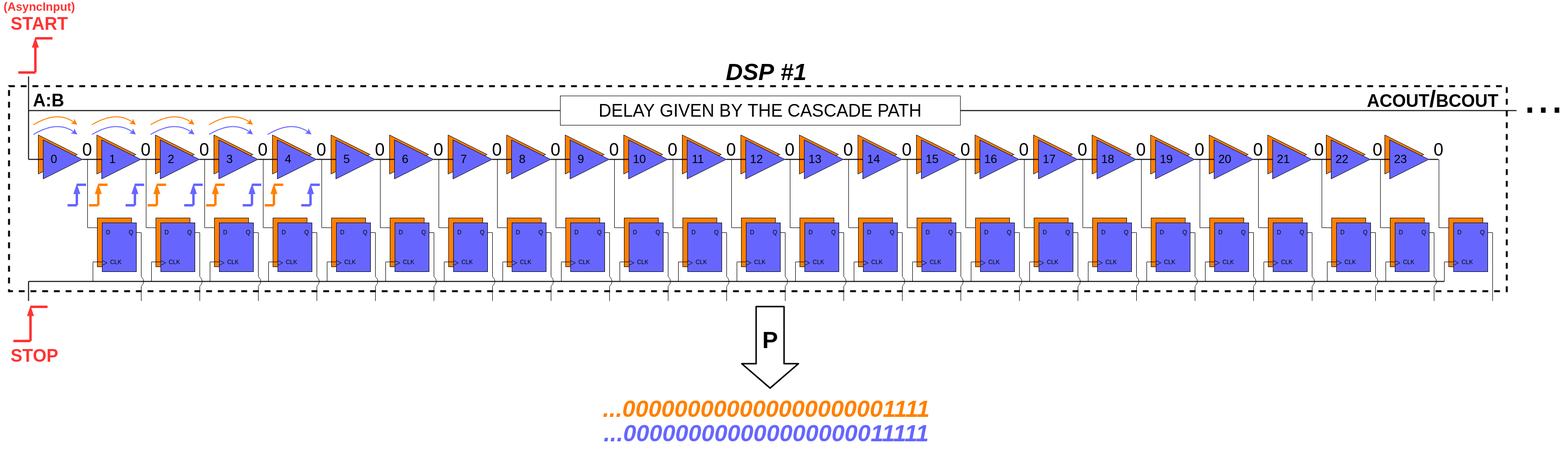
Earlier version of the draw.io export 3.Main-Work/images/dsp-propagation.png (mconsonni96/Tesi). Source tidied: cells renumbered, new cells last; positions are measured from the earlier drawing's top-left corner, leaving out a move shared by most shapes.
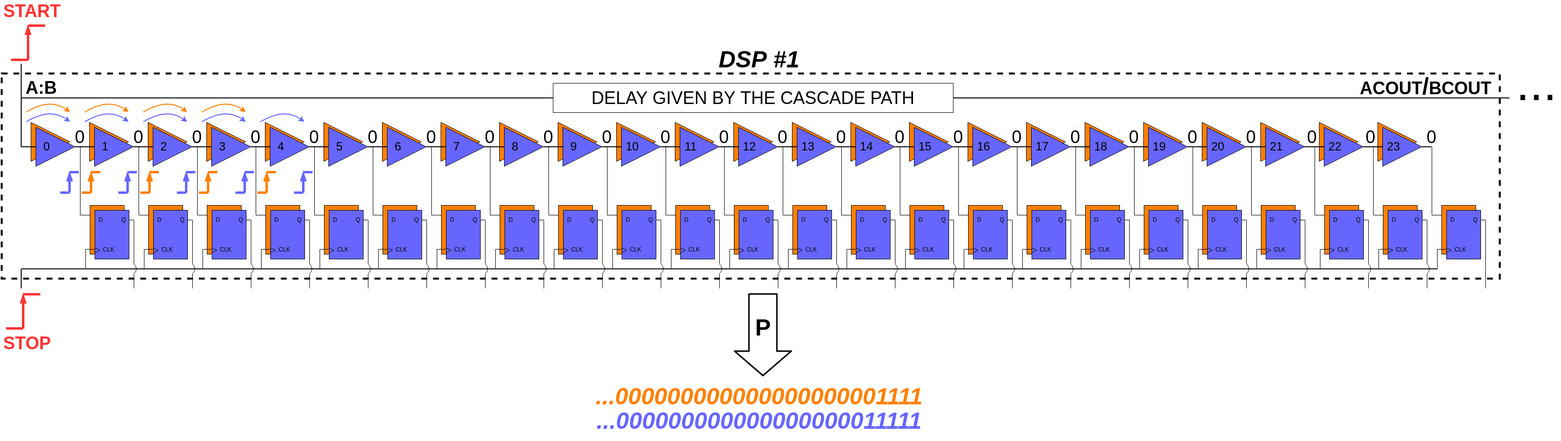
Later version of the same file.

Change to the diagram source:
```diff
@@ -1546,9 +1546,6 @@
     <mxCell id="393" value="&lt;div class=&quot;standard&quot; id=&quot;magicparlabel-1922&quot; style=&quot;margin-bottom: 2ex&quot;&gt;&lt;font style=&quot;font-style: normal ; font-size: 36px&quot; color=&quot;#ff3333&quot;&gt;&lt;b&gt;START&lt;/b&gt;&lt;/font&gt;&lt;/div&gt;" style="text;html=1;align=center;verticalAlign=middle;fillColor=none;strokeColor=none;rounded=0;fontStyle=2;" parent="1" vertex="1">
       <mxGeometry x="15" y="34" width="130" height="40" as="geometry" />
     </mxCell>
-    <mxCell id="394" value="&lt;div class=&quot;standard&quot; id=&quot;magicparlabel-1922&quot; style=&quot;margin-bottom: 2ex&quot;&gt;&lt;font style=&quot;font-style: normal ; font-size: 24px&quot; color=&quot;#ff3333&quot;&gt;&lt;b&gt;(AsyncInput)&lt;/b&gt;&lt;/font&gt;&lt;/div&gt;" style="text;html=1;align=center;verticalAlign=middle;fillColor=none;strokeColor=none;rounded=0;fontStyle=2;" parent="1" vertex="1">
-      <mxGeometry width="160" height="40" as="geometry" />
-    </mxCell>
     <mxCell id="395" value="&lt;div class=&quot;standard&quot; id=&quot;magicparlabel-1922&quot; style=&quot;margin-bottom: 2ex&quot;&gt;&lt;font style=&quot;font-size: 48px&quot; color=&quot;#000000&quot;&gt;&lt;b&gt;DSP #1&lt;/b&gt;&lt;/font&gt;&lt;/div&gt;" style="text;html=1;align=center;verticalAlign=middle;fillColor=none;strokeColor=none;rounded=0;fontStyle=2;" parent="1" vertex="1">
       <mxGeometry x="1480" y="134" width="180" height="40" as="geometry" />
     </mxCell>
```
